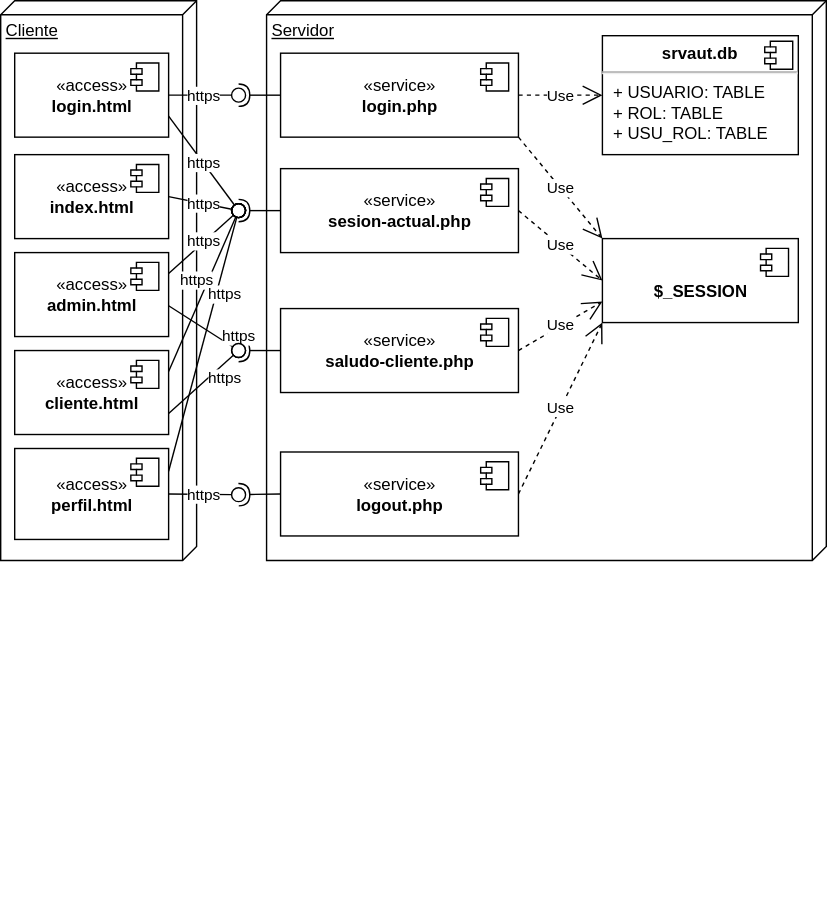
Earlier version of the draw.io export img/m19aut/autdeploy.drawio.svg (gilpgawoas/gilpgawoas.github.io). Source tidied: cells renumbered, new cells last; positions are measured from the earlier drawing's top-left corner, leaving out a move shared by most shapes. Its diagram source:
```xml
<mxGraphModel>
  <root>
    <mxCell id="0" />
    <mxCell id="1" parent="0" />
    <mxCell id="2" value="Cliente" style="verticalAlign=top;align=left;spacingTop=8;spacingLeft=2;spacingRight=12;shape=cube;size=10;direction=south;fontStyle=4;html=1;" parent="1" vertex="1">
      <mxGeometry width="140" height="400" as="geometry" />
    </mxCell>
    <mxCell id="3" value="«access»&lt;br&gt;&lt;b&gt;perfil.html&lt;/b&gt;" style="html=1;" parent="1" vertex="1">
      <mxGeometry x="10" y="320" width="110" height="65" as="geometry" />
    </mxCell>
    <mxCell id="4" style="shape=module;jettyWidth=8;jettyHeight=4;" parent="3" vertex="1">
      <mxGeometry x="1" width="20" height="20" relative="1" as="geometry">
        <mxPoint x="-27" y="7" as="offset" />
      </mxGeometry>
    </mxCell>
    <mxCell id="5" value="Servidor" style="verticalAlign=top;align=left;spacingTop=8;spacingLeft=2;spacingRight=12;shape=cube;size=10;direction=south;fontStyle=4;html=1;" parent="1" vertex="1">
      <mxGeometry x="190" width="400" height="400" as="geometry" />
    </mxCell>
    <mxCell id="6" value="«service»&lt;br&gt;&lt;b&gt;logout.php&lt;/b&gt;" style="html=1;" parent="1" vertex="1">
      <mxGeometry x="200" y="322.5" width="170" height="60" as="geometry" />
    </mxCell>
    <mxCell id="7" style="shape=module;jettyWidth=8;jettyHeight=4;" parent="6" vertex="1">
      <mxGeometry x="1" width="20" height="20" relative="1" as="geometry">
        <mxPoint x="-27" y="7" as="offset" />
      </mxGeometry>
    </mxCell>
    <mxCell id="8" value="Use" style="endArrow=open;endSize=12;dashed=1;html=1;rounded=0;exitX=1;exitY=0.5;exitDx=0;exitDy=0;entryX=0;entryY=1;entryDx=0;entryDy=0;" parent="1" edge="1" source="6" target="17">
      <mxGeometry relative="1" as="geometry" />
    </mxCell>
    <mxCell id="9" value="Use" style="endArrow=open;endSize=12;dashed=1;html=1;rounded=0;exitX=1;exitY=0.5;exitDx=0;exitDy=0;entryX=0;entryY=0.75;entryDx=0;entryDy=0;" parent="1" edge="1" source="21" target="17">
      <mxGeometry relative="1" as="geometry" />
    </mxCell>
    <mxCell id="10" value="&lt;p style=&quot;margin:0px;margin-top:6px;text-align:center;&quot;&gt;&lt;b&gt;srvaut.db&lt;/b&gt;&lt;/p&gt;&lt;hr&gt;&lt;p style=&quot;margin:0px;margin-left:8px;&quot;&gt;+ USUARIO: TABLE&lt;/p&gt;&lt;p style=&quot;margin:0px;margin-left:8px;&quot;&gt;+ ROL: TABLE&lt;/p&gt;&lt;p style=&quot;margin:0px;margin-left:8px;&quot;&gt;+ USU_ROL: TABLE&lt;/p&gt;" style="align=left;overflow=fill;html=1;" parent="1" vertex="1">
      <mxGeometry x="430" y="25" width="140" height="85" as="geometry" />
    </mxCell>
    <mxCell id="11" style="shape=component;jettyWidth=8;jettyHeight=4;" parent="10" vertex="1">
      <mxGeometry x="1" width="20" height="20" relative="1" as="geometry">
        <mxPoint x="-24" y="4" as="offset" />
      </mxGeometry>
    </mxCell>
    <mxCell id="12" value="Use" style="endArrow=open;endSize=12;dashed=1;html=1;rounded=0;exitX=1;exitY=0.5;exitDx=0;exitDy=0;entryX=0;entryY=0.5;entryDx=0;entryDy=0;" parent="1" edge="1" source="19" target="10">
      <mxGeometry relative="1" as="geometry" />
    </mxCell>
    <mxCell id="13" value="«access»&lt;br&gt;&lt;b&gt;index.html&lt;/b&gt;" style="html=1;" parent="1" vertex="1">
      <mxGeometry x="10" y="110" width="110" height="60" as="geometry" />
    </mxCell>
    <mxCell id="14" style="shape=module;jettyWidth=8;jettyHeight=4;" parent="13" vertex="1">
      <mxGeometry x="1" width="20" height="20" relative="1" as="geometry">
        <mxPoint x="-27" y="7" as="offset" />
      </mxGeometry>
    </mxCell>
    <mxCell id="15" value="«access»&lt;br&gt;&lt;b&gt;login.html&lt;/b&gt;" style="html=1;" parent="1" vertex="1">
      <mxGeometry x="10" y="37.5" width="110" height="60" as="geometry" />
    </mxCell>
    <mxCell id="16" style="shape=module;jettyWidth=8;jettyHeight=4;" parent="15" vertex="1">
      <mxGeometry x="1" width="20" height="20" relative="1" as="geometry">
        <mxPoint x="-27" y="7" as="offset" />
      </mxGeometry>
    </mxCell>
    <mxCell id="17" value="&lt;br&gt;&lt;b&gt;$_SESSION&lt;/b&gt;" style="html=1;" parent="1" vertex="1">
      <mxGeometry x="430" y="170" width="140" height="60" as="geometry" />
    </mxCell>
    <mxCell id="18" style="shape=module;jettyWidth=8;jettyHeight=4;" parent="17" vertex="1">
      <mxGeometry x="1" width="20" height="20" relative="1" as="geometry">
        <mxPoint x="-27" y="7" as="offset" />
      </mxGeometry>
    </mxCell>
    <mxCell id="19" value="«service»&lt;br&gt;&lt;b&gt;login&lt;/b&gt;&lt;b&gt;.php&lt;/b&gt;" style="html=1;" parent="1" vertex="1">
      <mxGeometry x="200" y="37.5" width="170" height="60" as="geometry" />
    </mxCell>
    <mxCell id="20" style="shape=module;jettyWidth=8;jettyHeight=4;" parent="19" vertex="1">
      <mxGeometry x="1" width="20" height="20" relative="1" as="geometry">
        <mxPoint x="-27" y="7" as="offset" />
      </mxGeometry>
    </mxCell>
    <mxCell id="21" value="«service»&lt;br&gt;&lt;b&gt;saludo-cliente.php&lt;/b&gt;" style="html=1;" parent="1" vertex="1">
      <mxGeometry x="200" y="220" width="170" height="60" as="geometry" />
    </mxCell>
    <mxCell id="22" style="shape=module;jettyWidth=8;jettyHeight=4;" parent="21" vertex="1">
      <mxGeometry x="1" width="20" height="20" relative="1" as="geometry">
        <mxPoint x="-27" y="7" as="offset" />
      </mxGeometry>
    </mxCell>
    <mxCell id="23" value="Use" style="endArrow=open;endSize=12;dashed=1;html=1;rounded=0;entryX=0;entryY=0.5;entryDx=0;entryDy=0;exitX=1;exitY=0.5;exitDx=0;exitDy=0;" parent="1" edge="1" source="25" target="17">
      <mxGeometry relative="1" as="geometry" />
    </mxCell>
    <mxCell id="24" style="rounded=0;orthogonalLoop=1;jettySize=auto;html=1;endArrow=halfCircle;endFill=0;endSize=6;strokeWidth=1;sketch=0;exitX=0;exitY=0.5;exitDx=0;exitDy=0;" parent="1" edge="1">
      <mxGeometry relative="1" as="geometry">
        <mxPoint x="170" y="97.5" as="sourcePoint" />
        <mxPoint x="170" y="97.5" as="targetPoint" />
      </mxGeometry>
    </mxCell>
    <mxCell id="25" value="«service»&lt;br&gt;&lt;b&gt;sesion-actual&lt;/b&gt;&lt;b&gt;.php&lt;/b&gt;" style="html=1;" parent="1" vertex="1">
      <mxGeometry x="200" y="120" width="170" height="60" as="geometry" />
    </mxCell>
    <mxCell id="26" style="shape=module;jettyWidth=8;jettyHeight=4;" parent="25" vertex="1">
      <mxGeometry x="1" width="20" height="20" relative="1" as="geometry">
        <mxPoint x="-27" y="7" as="offset" />
      </mxGeometry>
    </mxCell>
    <mxCell id="27" value="Use" style="endArrow=open;endSize=12;dashed=1;html=1;rounded=0;entryX=0;entryY=0;entryDx=0;entryDy=0;exitX=1;exitY=1;exitDx=0;exitDy=0;" parent="1" edge="1" source="19" target="17">
      <mxGeometry relative="1" as="geometry" />
    </mxCell>
    <mxCell id="28" style="ellipse;whiteSpace=wrap;html=1;align=center;fillColor=none;strokeColor=none;perimeter=centerPerimeter;" parent="1" vertex="1">
      <mxGeometry x="395" y="410" width="10" height="10" as="geometry" />
    </mxCell>
    <mxCell id="29" style="ellipse;whiteSpace=wrap;html=1;align=center;fillColor=none;strokeColor=none;perimeter=centerPerimeter;" parent="1" vertex="1">
      <mxGeometry x="395" y="410" width="10" height="10" as="geometry" />
    </mxCell>
    <mxCell id="30" style="ellipse;whiteSpace=wrap;html=1;align=center;fillColor=none;strokeColor=none;perimeter=centerPerimeter;" parent="1" vertex="1">
      <mxGeometry x="395" y="410" width="10" height="10" as="geometry" />
    </mxCell>
    <mxCell id="31" style="ellipse;whiteSpace=wrap;html=1;align=center;fillColor=none;strokeColor=none;perimeter=centerPerimeter;" parent="1" vertex="1">
      <mxGeometry x="395" y="410" width="10" height="10" as="geometry" />
    </mxCell>
    <mxCell id="32" style="ellipse;whiteSpace=wrap;html=1;align=center;fillColor=none;strokeColor=none;perimeter=centerPerimeter;" parent="1" vertex="1">
      <mxGeometry x="395" y="410" width="10" height="10" as="geometry" />
    </mxCell>
    <mxCell id="33" value="«access»&lt;br&gt;&lt;b&gt;admin.html&lt;/b&gt;" style="html=1;" parent="1" vertex="1">
      <mxGeometry x="10" y="180" width="110" height="60" as="geometry" />
    </mxCell>
    <mxCell id="34" style="shape=module;jettyWidth=8;jettyHeight=4;" parent="33" vertex="1">
      <mxGeometry x="1" width="20" height="20" relative="1" as="geometry">
        <mxPoint x="-27" y="7" as="offset" />
      </mxGeometry>
    </mxCell>
    <mxCell id="35" style="ellipse;whiteSpace=wrap;html=1;align=center;fillColor=none;strokeColor=none;perimeter=centerPerimeter;" parent="1" vertex="1">
      <mxGeometry x="395" y="410" width="10" height="10" as="geometry" />
    </mxCell>
    <mxCell id="36" value="«access»&lt;br&gt;&lt;b&gt;cliente.html&lt;/b&gt;" style="html=1;" parent="1" vertex="1">
      <mxGeometry x="10" y="250" width="110" height="60" as="geometry" />
    </mxCell>
    <mxCell id="37" style="shape=module;jettyWidth=8;jettyHeight=4;" parent="36" vertex="1">
      <mxGeometry x="1" width="20" height="20" relative="1" as="geometry">
        <mxPoint x="-27" y="7" as="offset" />
      </mxGeometry>
    </mxCell>
    <mxCell id="38" style="ellipse;whiteSpace=wrap;html=1;align=center;fillColor=none;strokeColor=none;perimeter=centerPerimeter;" parent="1" vertex="1">
      <mxGeometry x="145" y="630" width="10" height="10" as="geometry" />
    </mxCell>
    <mxCell id="39" style="rounded=0;jettySize=auto;html=1;endArrow=halfCircle;endFill=0;endSize=6;strokeWidth=1;sketch=0;exitX=0;exitY=0.5;exitDx=0;exitDy=0;" parent="1" edge="1" source="6">
      <mxGeometry relative="1" as="geometry">
        <mxPoint x="170" y="353" as="targetPoint" />
      </mxGeometry>
    </mxCell>
    <mxCell id="40" value="https" style="rounded=0;jettySize=auto;html=1;endArrow=oval;endFill=0;sketch=0;sourcePerimeterSpacing=0;targetPerimeterSpacing=0;endSize=10;exitX=1;exitY=0.5;exitDx=0;exitDy=0;" parent="1" edge="1" source="3">
      <mxGeometry relative="1" as="geometry">
        <mxPoint x="170" y="353" as="targetPoint" />
      </mxGeometry>
    </mxCell>
    <mxCell id="41" style="ellipse;whiteSpace=wrap;html=1;align=center;fillColor=none;strokeColor=none;perimeter=centerPerimeter;" parent="1" vertex="1">
      <mxGeometry x="95" y="490" width="10" height="10" as="geometry" />
    </mxCell>
    <mxCell id="42" style="rounded=0;jettySize=auto;html=1;endArrow=halfCircle;endFill=0;endSize=6;strokeWidth=1;sketch=0;exitX=0;exitY=0.5;exitDx=0;exitDy=0;" parent="1" edge="1" source="25">
      <mxGeometry relative="1" as="geometry">
        <mxPoint x="170" y="150" as="targetPoint" />
      </mxGeometry>
    </mxCell>
    <mxCell id="43" value="https" style="rounded=0;jettySize=auto;html=1;endArrow=oval;endFill=0;sketch=0;sourcePerimeterSpacing=0;targetPerimeterSpacing=0;endSize=10;exitX=1;exitY=0.5;exitDx=0;exitDy=0;" parent="1" edge="1" source="13">
      <mxGeometry relative="1" as="geometry">
        <mxPoint x="170" y="150" as="targetPoint" />
      </mxGeometry>
    </mxCell>
    <mxCell id="44" style="ellipse;whiteSpace=wrap;html=1;align=center;fillColor=none;strokeColor=none;perimeter=centerPerimeter;" parent="1" vertex="1">
      <mxGeometry x="70" y="490" width="10" height="10" as="geometry" />
    </mxCell>
    <mxCell id="45" value="https" style="rounded=0;jettySize=auto;html=1;endArrow=oval;endFill=0;sketch=0;sourcePerimeterSpacing=0;targetPerimeterSpacing=0;endSize=10;exitX=1;exitY=0.25;exitDx=0;exitDy=0;" parent="1" edge="1" source="33">
      <mxGeometry relative="1" as="geometry">
        <mxPoint x="170" y="150" as="targetPoint" />
      </mxGeometry>
    </mxCell>
    <mxCell id="46" style="ellipse;whiteSpace=wrap;html=1;align=center;fillColor=none;strokeColor=none;perimeter=centerPerimeter;" parent="1" vertex="1">
      <mxGeometry x="135" y="500" width="10" height="10" as="geometry" />
    </mxCell>
    <mxCell id="47" value="https" style="rounded=0;jettySize=auto;html=1;endArrow=oval;endFill=0;sketch=0;sourcePerimeterSpacing=0;targetPerimeterSpacing=0;endSize=10;exitX=1;exitY=0.25;exitDx=0;exitDy=0;" parent="1" edge="1" source="36">
      <mxGeometry x="0.08" y="8" relative="1" as="geometry">
        <mxPoint x="170" y="150" as="targetPoint" />
        <mxPoint y="1" as="offset" />
      </mxGeometry>
    </mxCell>
    <mxCell id="48" style="ellipse;whiteSpace=wrap;html=1;align=center;fillColor=none;strokeColor=none;perimeter=centerPerimeter;" parent="1" vertex="1">
      <mxGeometry x="195" y="500" width="10" height="10" as="geometry" />
    </mxCell>
    <mxCell id="49" value="https" style="rounded=0;jettySize=auto;html=1;endArrow=oval;endFill=0;sketch=0;sourcePerimeterSpacing=0;targetPerimeterSpacing=0;endSize=10;exitX=1;exitY=0.75;exitDx=0;exitDy=0;" parent="1" edge="1" source="15">
      <mxGeometry relative="1" as="geometry">
        <mxPoint x="170" y="150" as="targetPoint" />
      </mxGeometry>
    </mxCell>
    <mxCell id="50" style="ellipse;whiteSpace=wrap;html=1;align=center;fillColor=none;strokeColor=none;perimeter=centerPerimeter;" parent="1" vertex="1">
      <mxGeometry x="195" y="500" width="10" height="10" as="geometry" />
    </mxCell>
    <mxCell id="51" style="rounded=0;jettySize=auto;html=1;endArrow=halfCircle;endFill=0;endSize=6;strokeWidth=1;sketch=0;exitX=0;exitY=0.5;exitDx=0;exitDy=0;" parent="1" edge="1" source="21">
      <mxGeometry relative="1" as="geometry">
        <mxPoint x="170" y="250" as="targetPoint" />
      </mxGeometry>
    </mxCell>
    <mxCell id="52" value="https" style="rounded=0;jettySize=auto;html=1;endArrow=oval;endFill=0;sketch=0;sourcePerimeterSpacing=0;targetPerimeterSpacing=0;endSize=10;exitX=1;exitY=0.633;exitDx=0;exitDy=0;exitPerimeter=0;" parent="1" edge="1" source="33">
      <mxGeometry x="0.82" y="8" relative="1" as="geometry">
        <mxPoint x="170" y="250" as="targetPoint" />
      </mxGeometry>
    </mxCell>
    <mxCell id="53" style="ellipse;whiteSpace=wrap;html=1;align=center;fillColor=none;strokeColor=none;perimeter=centerPerimeter;" parent="1" vertex="1">
      <mxGeometry x="165" y="440" width="10" height="10" as="geometry" />
    </mxCell>
    <mxCell id="54" value="https" style="rounded=0;jettySize=auto;html=1;endArrow=oval;endFill=0;sketch=0;sourcePerimeterSpacing=0;targetPerimeterSpacing=0;endSize=10;exitX=1;exitY=0.75;exitDx=0;exitDy=0;" parent="1" edge="1" source="36">
      <mxGeometry x="0.38" y="-8" relative="1" as="geometry">
        <mxPoint x="170" y="250" as="targetPoint" />
      </mxGeometry>
    </mxCell>
    <mxCell id="55" style="ellipse;whiteSpace=wrap;html=1;align=center;fillColor=none;strokeColor=none;perimeter=centerPerimeter;" parent="1" vertex="1">
      <mxGeometry x="395" y="410" width="10" height="10" as="geometry" />
    </mxCell>
    <mxCell id="56" style="rounded=0;jettySize=auto;html=1;endArrow=halfCircle;endFill=0;endSize=6;strokeWidth=1;sketch=0;exitX=0;exitY=0.5;exitDx=0;exitDy=0;" parent="1" edge="1" source="19">
      <mxGeometry relative="1" as="geometry">
        <mxPoint x="170" y="67.5" as="targetPoint" />
      </mxGeometry>
    </mxCell>
    <mxCell id="57" value="https" style="rounded=0;jettySize=auto;html=1;endArrow=oval;endFill=0;sketch=0;sourcePerimeterSpacing=0;targetPerimeterSpacing=0;endSize=10;exitX=1;exitY=0.5;exitDx=0;exitDy=0;" parent="1" edge="1" source="15">
      <mxGeometry relative="1" as="geometry">
        <mxPoint x="170" y="67.5" as="targetPoint" />
      </mxGeometry>
    </mxCell>
    <mxCell id="58" style="ellipse;whiteSpace=wrap;html=1;align=center;fillColor=none;strokeColor=none;perimeter=centerPerimeter;" parent="1" vertex="1">
      <mxGeometry x="395" y="410" width="10" height="10" as="geometry" />
    </mxCell>
    <mxCell id="59" value="https" style="rounded=0;jettySize=auto;html=1;endArrow=oval;endFill=0;sketch=0;sourcePerimeterSpacing=0;targetPerimeterSpacing=0;endSize=10;exitX=1;exitY=0.25;exitDx=0;exitDy=0;" parent="1" edge="1" source="3">
      <mxGeometry x="0.37" y="-6" relative="1" as="geometry">
        <mxPoint x="170" y="150" as="targetPoint" />
      </mxGeometry>
    </mxCell>
  </root>
</mxGraphModel>
```
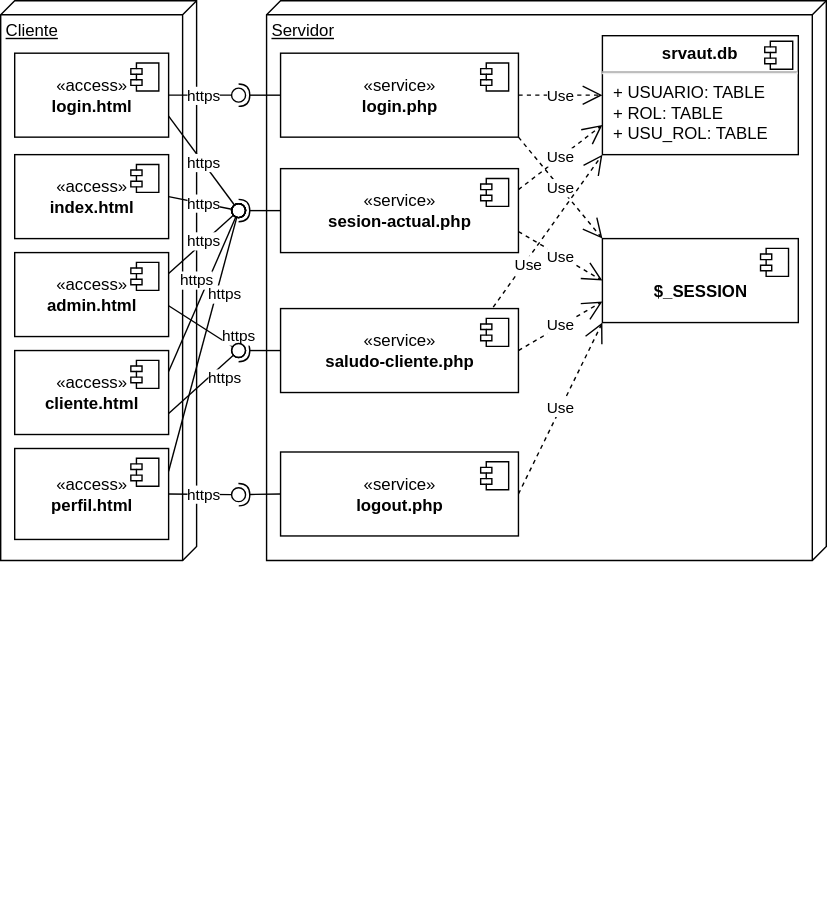
The same file after the commit.

Change to the diagram source:
```diff
@@ -81,7 +81,7 @@
         <mxPoint x="-27" y="7" as="offset" />
       </mxGeometry>
     </mxCell>
-    <mxCell id="23" value="Use" style="endArrow=open;endSize=12;dashed=1;html=1;rounded=0;entryX=0;entryY=0.5;entryDx=0;entryDy=0;exitX=1;exitY=0.5;exitDx=0;exitDy=0;" parent="1" edge="1" source="25" target="17">
+    <mxCell id="23" value="Use" style="endArrow=open;endSize=12;dashed=1;html=1;rounded=0;entryX=0;entryY=0.5;entryDx=0;entryDy=0;exitX=1;exitY=0.75;exitDx=0;exitDy=0;" parent="1" edge="1" source="25" target="17">
       <mxGeometry relative="1" as="geometry" />
     </mxCell>
     <mxCell id="24" style="rounded=0;orthogonalLoop=1;jettySize=auto;html=1;endArrow=halfCircle;endFill=0;endSize=6;strokeWidth=1;sketch=0;exitX=0;exitY=0.5;exitDx=0;exitDy=0;" parent="1" edge="1">
@@ -228,5 +228,11 @@
         <mxPoint x="170" y="150" as="targetPoint" />
       </mxGeometry>
     </mxCell>
+    <mxCell id="60" value="Use" style="endArrow=open;endSize=12;dashed=1;html=1;rounded=0;entryX=0;entryY=0.75;entryDx=0;entryDy=0;exitX=1;exitY=0.25;exitDx=0;exitDy=0;" parent="1" edge="1" source="25" target="10">
+      <mxGeometry relative="1" as="geometry" />
+    </mxCell>
+    <mxCell id="61" value="Use" style="endArrow=open;endSize=12;dashed=1;html=1;rounded=0;exitX=0.894;exitY=-0.017;exitDx=0;exitDy=0;entryX=0;entryY=1;entryDx=0;entryDy=0;exitPerimeter=0;" parent="1" edge="1" source="21" target="10">
+      <mxGeometry x="-0.42" y="-3" relative="1" as="geometry" />
+    </mxCell>
   </root>
 </mxGraphModel>
```
